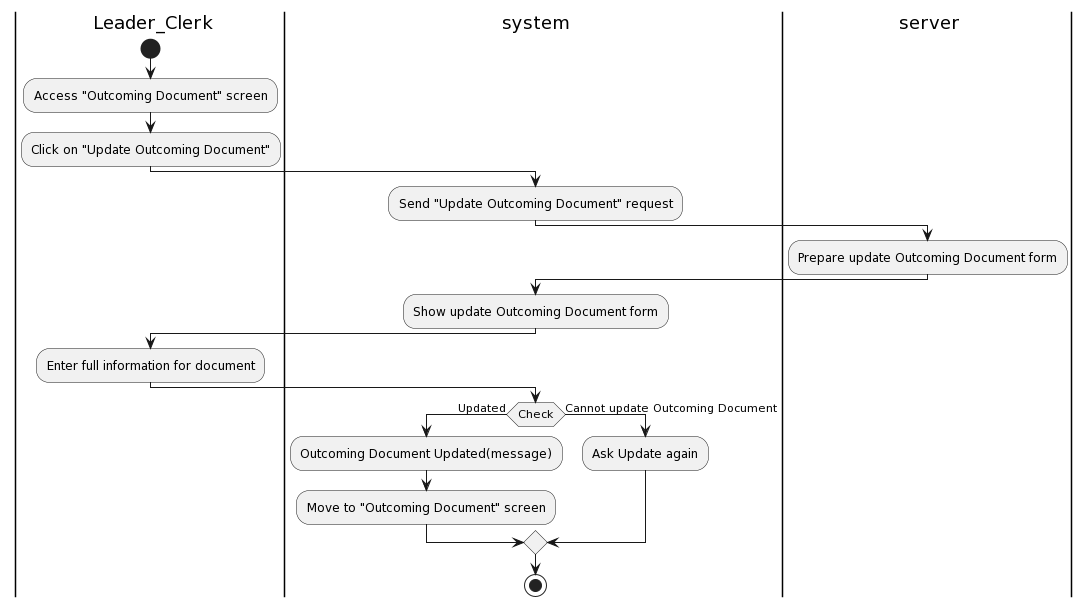
Above: Lab1/Lab1.2/Activity Diagram/OutcomingDocument/UpdateOutcomingDocument/UpdateOutcomingDocument.png in khoapham1003/SE357-Pratice-class (PlantUML), before the change.
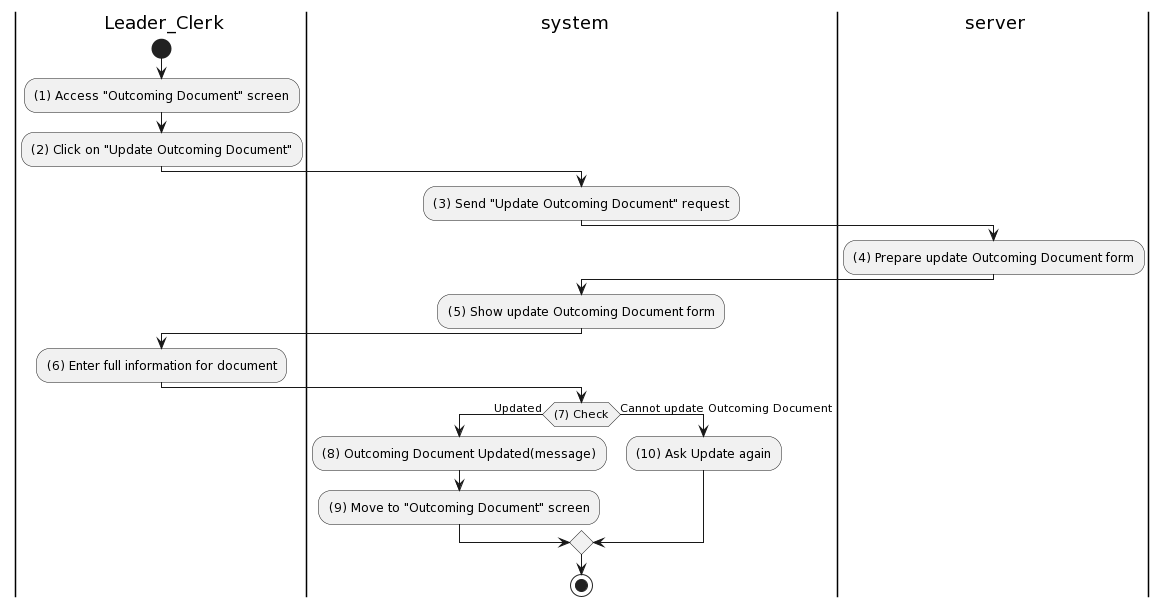
After the commit.

Change to the diagram source:
```diff
@@ -4,22 +4,22 @@
 |ser| server
 |a|
 start
-:Access "Outcoming Document" screen;
-:Click on "Update Outcoming Document";
+:(1) Access "Outcoming Document" screen;
+:(2) Click on "Update Outcoming Document";
 |sys|
-:Send "Update Outcoming Document" request;
+:(3) Send "Update Outcoming Document" request;
 |ser|
-:Prepare update Outcoming Document form;
+:(4) Prepare update Outcoming Document form;
 |sys|
-:Show update Outcoming Document form;
+:(5) Show update Outcoming Document form;
 |a|
-:Enter full information for document;
+:(6) Enter full information for document;
 |sys|
-if(Check) then (Updated)
-:Outcoming Document Updated(message);
-:Move to "Outcoming Document" screen;
+if((7) Check) then (Updated)
+:(8) Outcoming Document Updated(message);
+:(9) Move to "Outcoming Document" screen;
 else (Cannot update Outcoming Document)
-:Ask Update again;
+:(10) Ask Update again;
 endif
 
 stop
```
